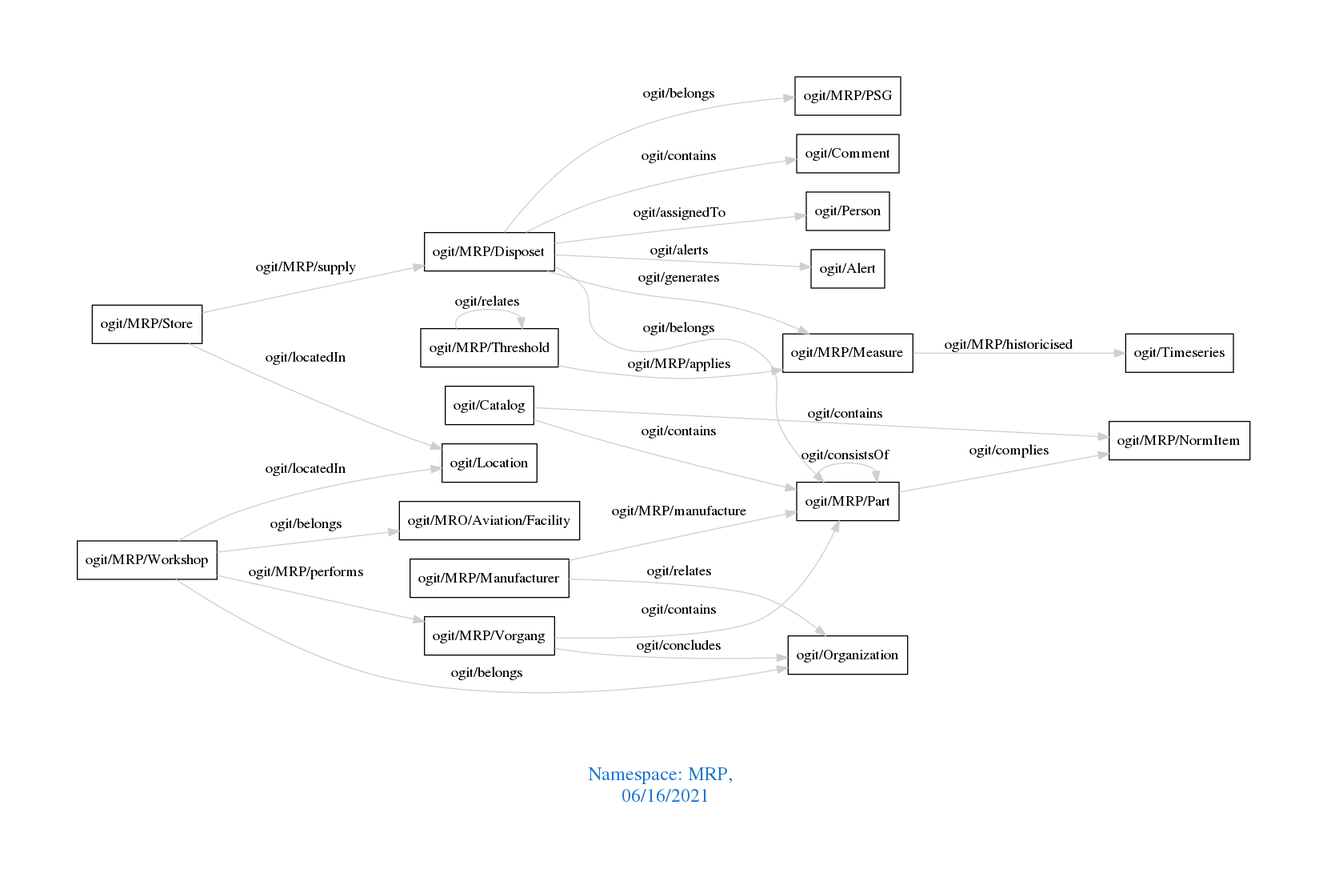
The Graphviz diagram downloads/MRP.png in arago/OGIT, before a commit. Its source is kept beside it as downloads/MRP.dot.
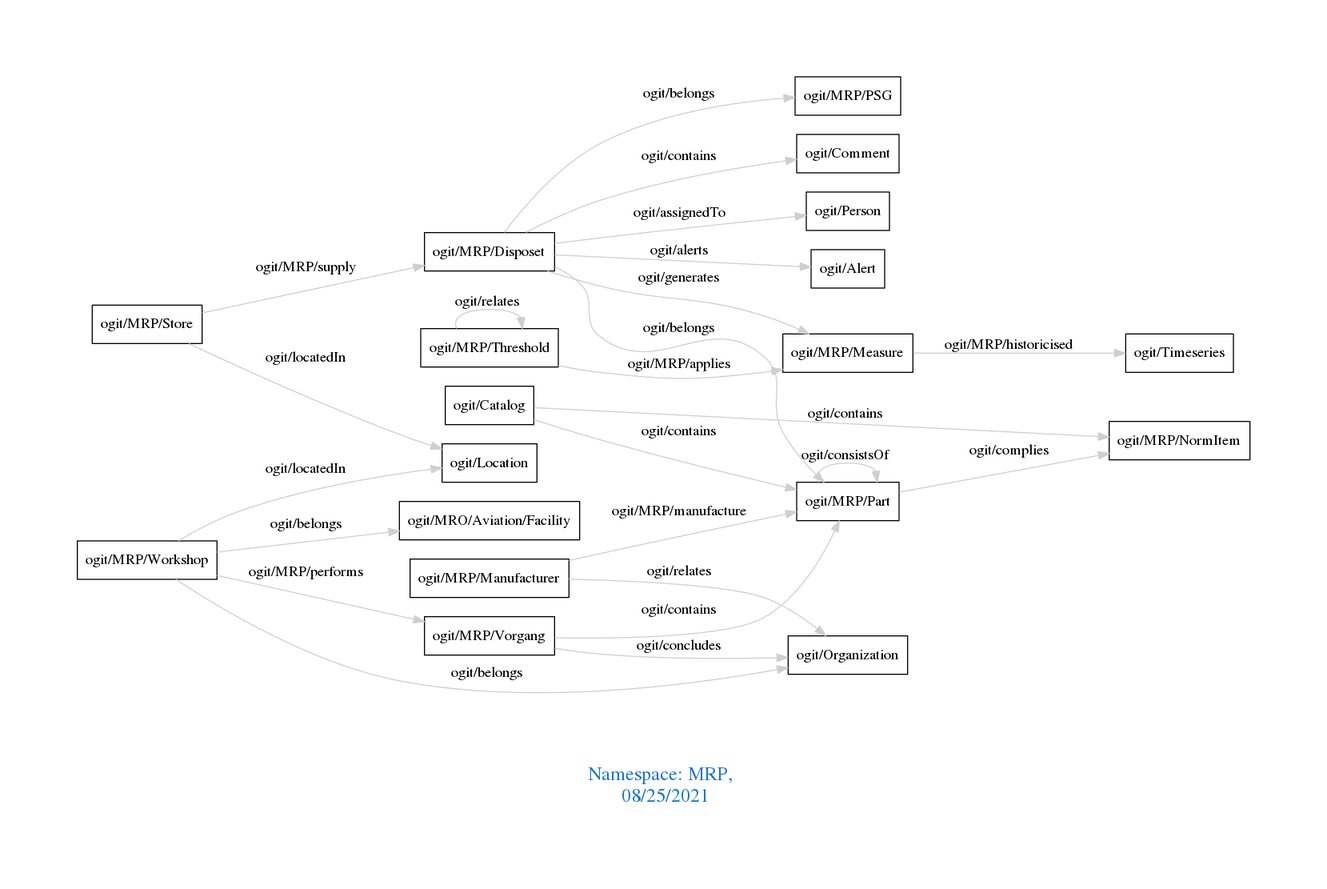
Above is the later version.

The edit, as a diff of the source:
```diff
@@ -1,7 +1,7 @@
 digraph OGIT_ontology {
  graph [ rankdir= LR,pad=1
 fontsize = 18,
-fontcolor= dodgerblue3,label = "\n\n\nNamespace: MRP, \n 06/16/2021"];
+fontcolor= dodgerblue3,label = "\n\n\nNamespace: MRP, \n 08/25/2021"];
 node[shape=polygon];
 edge [  color="gray81"];
 
```
